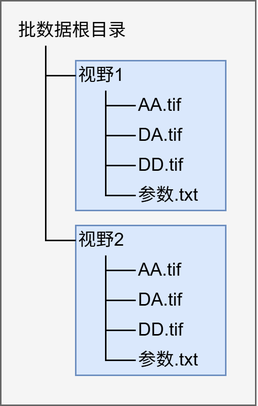
Before: figures/2/2_FRETscopeII数据格式.drawio.png, a diagram exported from draw.io (wizrandolph/mythesis). Source tidied: cells renumbered, new cells last; positions are measured from the earlier drawing's top-left corner, leaving out a move shared by most shapes.
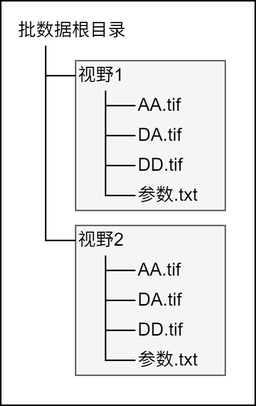
After the commit.

Change to the diagram source:
```diff
@@ -2,13 +2,13 @@
   <root>
     <mxCell id="0" />
     <mxCell id="1" parent="0" />
-    <mxCell id="2" style="rounded=0;whiteSpace=wrap;html=1;fillColor=#f5f5f5;strokeColor=#666666;fontColor=#333333;" parent="1" vertex="1">
+    <mxCell id="2" style="rounded=0;whiteSpace=wrap;html=1;fillColor=none;" parent="1" vertex="1">
       <mxGeometry width="170" height="270" as="geometry" />
     </mxCell>
-    <mxCell id="3" style="rounded=0;whiteSpace=wrap;html=1;fillColor=#dae8fc;strokeColor=#6c8ebf;" parent="1" vertex="1">
+    <mxCell id="3" style="rounded=0;whiteSpace=wrap;html=1;fillColor=#f5f5f5;strokeColor=#666666;fontColor=#333333;" parent="1" vertex="1">
       <mxGeometry x="50" y="150" width="100" height="100" as="geometry" />
     </mxCell>
-    <mxCell id="4" style="rounded=0;whiteSpace=wrap;html=1;fillColor=#dae8fc;strokeColor=#6c8ebf;" parent="1" vertex="1">
+    <mxCell id="4" style="rounded=0;whiteSpace=wrap;html=1;fillColor=#f5f5f5;strokeColor=#666666;fontColor=#333333;" parent="1" vertex="1">
       <mxGeometry x="50" y="40" width="100" height="100" as="geometry" />
     </mxCell>
     <mxCell id="5" value="批数据根目录" style="text;html=1;align=left;verticalAlign=middle;whiteSpace=wrap;rounded=0;" parent="1" vertex="1">
```
